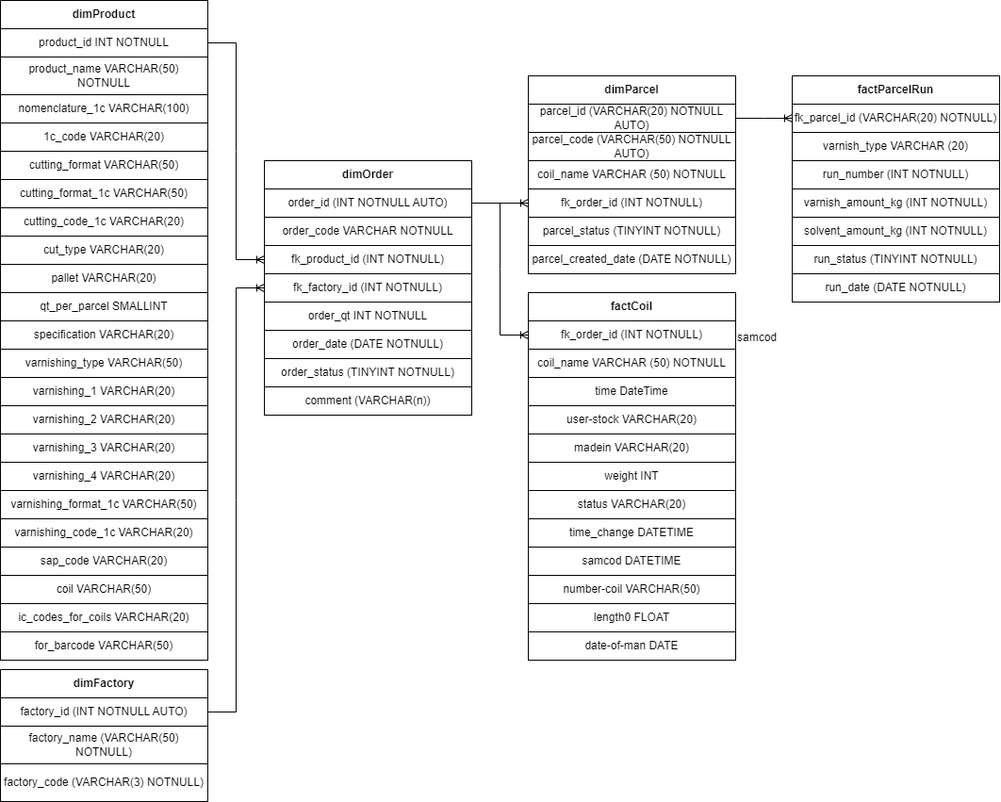
Demvok/Trivium keeps this draw.io diagram as DB/DB Model.drawio.png. Above is the earlier version. Source tidied: cells renumbered, new cells last; positions are measured from the earlier drawing's top-left corner, leaving out a move shared by most shapes.
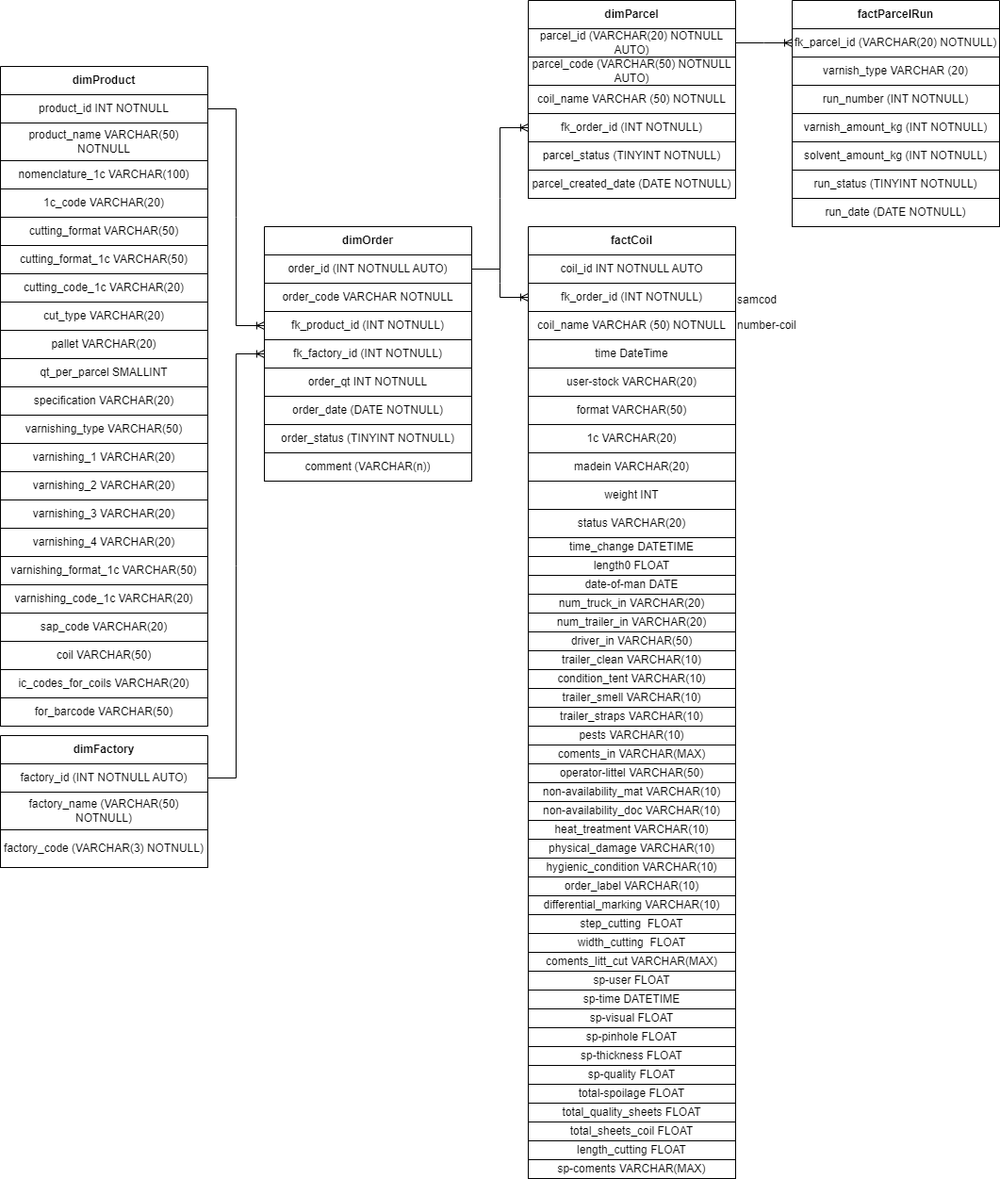
Later version of the same file.

Diff of the diagram source:
```diff
@@ -111,7 +111,7 @@
       <mxGeometry y="670" width="220" height="30" as="geometry" />
     </mxCell>
     <mxCell id="38" value="dimParcel" style="swimlane;whiteSpace=wrap;html=1;startSize=30;" parent="1" vertex="1">
-      <mxGeometry x="560" y="80" width="220" height="210" as="geometry" />
+      <mxGeometry x="560" y="-70" width="220" height="210" as="geometry" />
     </mxCell>
     <mxCell id="39" value="parcel_id (VARCHAR(20) NOTNULL AUTO)" style="rounded=0;whiteSpace=wrap;html=1;" parent="38" vertex="1">
       <mxGeometry y="30" width="220" height="30" as="geometry" />
@@ -138,7 +138,7 @@
       <mxGeometry relative="1" as="geometry" />
     </mxCell>
     <mxCell id="47" value="factParcelRun" style="swimlane;whiteSpace=wrap;html=1;startSize=30;" parent="1" vertex="1">
-      <mxGeometry x="840" y="80" width="220" height="240" as="geometry" />
+      <mxGeometry x="840" y="-70" width="220" height="240" as="geometry" />
     </mxCell>
     <mxCell id="48" value="fk_parcel_id (VARCHAR(20) NOTNULL)" style="rounded=0;whiteSpace=wrap;html=1;" parent="47" vertex="1">
       <mxGeometry y="30" width="220" height="30" as="geometry" />
@@ -168,49 +168,148 @@
       <mxGeometry relative="1" as="geometry" />
     </mxCell>
     <mxCell id="57" value="factCoil" style="swimlane;whiteSpace=wrap;html=1;startSize=30;" parent="1" vertex="1">
-      <mxGeometry x="560" y="310" width="220" height="390" as="geometry" />
+      <mxGeometry x="560" y="170" width="220" height="1010" as="geometry" />
     </mxCell>
     <mxCell id="58" value="coil_name VARCHAR (50) NOTNULL" style="rounded=0;whiteSpace=wrap;html=1;" parent="57" vertex="1">
-      <mxGeometry y="60" width="220" height="30" as="geometry" />
+      <mxGeometry y="90" width="220" height="30" as="geometry" />
     </mxCell>
     <mxCell id="59" value="fk_order_id (INT NOTNULL)" style="rounded=0;whiteSpace=wrap;html=1;" parent="57" vertex="1">
-      <mxGeometry y="30" width="220" height="30" as="geometry" />
+      <mxGeometry y="60" width="220" height="30" as="geometry" />
     </mxCell>
     <mxCell id="60" value="time DateTime" style="rounded=0;whiteSpace=wrap;html=1;" parent="57" vertex="1">
-      <mxGeometry y="90" width="220" height="30" as="geometry" />
+      <mxGeometry y="120" width="220" height="30" as="geometry" />
     </mxCell>
     <mxCell id="61" value="user-stock VARCHAR(20)" style="rounded=0;whiteSpace=wrap;html=1;" parent="57" vertex="1">
-      <mxGeometry y="120" width="220" height="30" as="geometry" />
+      <mxGeometry y="150" width="220" height="30" as="geometry" />
     </mxCell>
     <mxCell id="62" value="madein VARCHAR(20)" style="rounded=0;whiteSpace=wrap;html=1;" parent="57" vertex="1">
-      <mxGeometry y="150" width="220" height="30" as="geometry" />
+      <mxGeometry y="240" width="220" height="30" as="geometry" />
     </mxCell>
     <mxCell id="63" value="weight INT" style="rounded=0;whiteSpace=wrap;html=1;" parent="57" vertex="1">
-      <mxGeometry y="180" width="220" height="30" as="geometry" />
+      <mxGeometry y="270" width="220" height="30" as="geometry" />
     </mxCell>
     <mxCell id="64" value="status VARCHAR(20)" style="rounded=0;whiteSpace=wrap;html=1;" parent="57" vertex="1">
-      <mxGeometry y="210" width="220" height="30" as="geometry" />
+      <mxGeometry y="300" width="220" height="30" as="geometry" />
     </mxCell>
     <mxCell id="65" value="time_change DATETIME" style="rounded=0;whiteSpace=wrap;html=1;" parent="57" vertex="1">
-      <mxGeometry y="240" width="220" height="30" as="geometry" />
+      <mxGeometry y="330" width="220" height="20" as="geometry" />
     </mxCell>
-    <mxCell id="66" value="samcod DATETIME" style="rounded=0;whiteSpace=wrap;html=1;" parent="57" vertex="1">
-      <mxGeometry y="270" width="220" height="30" as="geometry" />
-    </mxCell>
-    <mxCell id="67" value="number-coil VARCHAR(50)" style="rounded=0;whiteSpace=wrap;html=1;" parent="57" vertex="1">
-      <mxGeometry y="300" width="220" height="30" as="geometry" />
-    </mxCell>
     <mxCell id="68" value="length0 FLOAT" style="rounded=0;whiteSpace=wrap;html=1;" parent="57" vertex="1">
-      <mxGeometry y="330" width="220" height="30" as="geometry" />
+      <mxGeometry y="350" width="220" height="20" as="geometry" />
     </mxCell>
     <mxCell id="69" value="date-of-man DATE" style="rounded=0;whiteSpace=wrap;html=1;" parent="57" vertex="1">
-      <mxGeometry y="360" width="220" height="30" as="geometry" />
+      <mxGeometry y="370" width="220" height="20" as="geometry" />
     </mxCell>
+    <mxCell id="72" value="coil_id INT NOTNULL AUTO" style="rounded=0;whiteSpace=wrap;html=1;" parent="57" vertex="1">
+      <mxGeometry y="30" width="220" height="30" as="geometry" />
+    </mxCell>
+    <mxCell id="73" value="format VARCHAR(50)" style="rounded=0;whiteSpace=wrap;html=1;" parent="57" vertex="1">
+      <mxGeometry y="180" width="220" height="30" as="geometry" />
+    </mxCell>
+    <mxCell id="74" value="1c VARCHAR(20)" style="rounded=0;whiteSpace=wrap;html=1;" parent="57" vertex="1">
+      <mxGeometry y="210" width="220" height="30" as="geometry" />
+    </mxCell>
+    <mxCell id="75" value="num_truck_in VARCHAR(20)" style="rounded=0;whiteSpace=wrap;html=1;" parent="57" vertex="1">
+      <mxGeometry y="390" width="220" height="20" as="geometry" />
+    </mxCell>
+    <mxCell id="76" value="num_trailer_in VARCHAR(20)" style="rounded=0;whiteSpace=wrap;html=1;" parent="57" vertex="1">
+      <mxGeometry y="410" width="220" height="20" as="geometry" />
+    </mxCell>
+    <mxCell id="77" value="driver_in VARCHAR(50)" style="rounded=0;whiteSpace=wrap;html=1;" parent="57" vertex="1">
+      <mxGeometry y="430" width="220" height="20" as="geometry" />
+    </mxCell>
+    <mxCell id="78" value="trailer_clean VARCHAR(10)" style="rounded=0;whiteSpace=wrap;html=1;" parent="57" vertex="1">
+      <mxGeometry y="450" width="220" height="20" as="geometry" />
+    </mxCell>
+    <mxCell id="79" value="condition_tent VARCHAR(10)" style="rounded=0;whiteSpace=wrap;html=1;" parent="57" vertex="1">
+      <mxGeometry y="470" width="220" height="20" as="geometry" />
+    </mxCell>
+    <mxCell id="80" value="trailer_smell VARCHAR(10)" style="rounded=0;whiteSpace=wrap;html=1;" parent="57" vertex="1">
+      <mxGeometry y="490" width="220" height="20" as="geometry" />
+    </mxCell>
+    <mxCell id="81" value="&lt;span style=&quot;text-align: left;&quot;&gt;trailer_straps&amp;nbsp;&lt;/span&gt;VARCHAR(10)" style="rounded=0;whiteSpace=wrap;html=1;" parent="57" vertex="1">
+      <mxGeometry y="510" width="220" height="20" as="geometry" />
+    </mxCell>
+    <mxCell id="82" value="&lt;span style=&quot;text-align: left;&quot;&gt;pests&amp;nbsp;&lt;/span&gt;VARCHAR(10)" style="rounded=0;whiteSpace=wrap;html=1;" parent="57" vertex="1">
+      <mxGeometry y="530" width="220" height="20" as="geometry" />
+    </mxCell>
+    <mxCell id="83" value="&lt;span style=&quot;text-align: left;&quot;&gt;coments_in&amp;nbsp;&lt;/span&gt;VARCHAR(MAX)" style="rounded=0;whiteSpace=wrap;html=1;" parent="57" vertex="1">
+      <mxGeometry y="550" width="220" height="20" as="geometry" />
+    </mxCell>
+    <mxCell id="84" value="&lt;span style=&quot;text-align: left;&quot;&gt;operator-littel&amp;nbsp;&lt;/span&gt;VARCHAR(50)" style="rounded=0;whiteSpace=wrap;html=1;" parent="57" vertex="1">
+      <mxGeometry y="570" width="220" height="20" as="geometry" />
+    </mxCell>
+    <mxCell id="85" value="&lt;span style=&quot;text-align: left;&quot;&gt;non-availability_mat&amp;nbsp;&lt;/span&gt;VARCHAR(10)" style="rounded=0;whiteSpace=wrap;html=1;" parent="57" vertex="1">
+      <mxGeometry y="590" width="220" height="20" as="geometry" />
+    </mxCell>
+    <mxCell id="86" value="&lt;span style=&quot;text-align: left;&quot;&gt;non-availability_doc&amp;nbsp;&lt;/span&gt;VARCHAR(10)" style="rounded=0;whiteSpace=wrap;html=1;" parent="57" vertex="1">
+      <mxGeometry y="610" width="220" height="20" as="geometry" />
+    </mxCell>
+    <mxCell id="87" value="&lt;span style=&quot;text-align: left;&quot;&gt;heat_treatment&lt;/span&gt;&lt;span style=&quot;text-align: left;&quot;&gt;&amp;nbsp;&lt;/span&gt;VARCHAR(10)" style="rounded=0;whiteSpace=wrap;html=1;" parent="57" vertex="1">
+      <mxGeometry y="630" width="220" height="20" as="geometry" />
+    </mxCell>
+    <mxCell id="88" value="&lt;span style=&quot;text-align: left;&quot;&gt;physical_damage&amp;nbsp;&lt;/span&gt;VARCHAR(10)" style="rounded=0;whiteSpace=wrap;html=1;" parent="57" vertex="1">
+      <mxGeometry y="650" width="220" height="20" as="geometry" />
+    </mxCell>
+    <mxCell id="89" value="&lt;span style=&quot;text-align: left;&quot;&gt;hygienic_condition&amp;nbsp;&lt;/span&gt;VARCHAR(10)" style="rounded=0;whiteSpace=wrap;html=1;" parent="57" vertex="1">
+      <mxGeometry y="670" width="220" height="20" as="geometry" />
+    </mxCell>
+    <mxCell id="90" value="&lt;span style=&quot;text-align: left;&quot;&gt;order_label&amp;nbsp;&lt;/span&gt;VARCHAR(10)" style="rounded=0;whiteSpace=wrap;html=1;" parent="57" vertex="1">
+      <mxGeometry y="690" width="220" height="20" as="geometry" />
+    </mxCell>
+    <mxCell id="91" value="&lt;span style=&quot;text-align: left;&quot;&gt;differential_marking&amp;nbsp;&lt;/span&gt;VARCHAR(10)" style="rounded=0;whiteSpace=wrap;html=1;" parent="57" vertex="1">
+      <mxGeometry y="710" width="220" height="20" as="geometry" />
+    </mxCell>
+    <mxCell id="92" value="&lt;span style=&quot;text-align: left;&quot;&gt;step_cutting&amp;nbsp; FLOAT&lt;/span&gt;" style="rounded=0;whiteSpace=wrap;html=1;" parent="57" vertex="1">
+      <mxGeometry y="730" width="220" height="20" as="geometry" />
+    </mxCell>
+    <mxCell id="93" value="&lt;span style=&quot;text-align: left;&quot;&gt;width_cutting&amp;nbsp; FLOAT&lt;/span&gt;" style="rounded=0;whiteSpace=wrap;html=1;" parent="57" vertex="1">
+      <mxGeometry y="750" width="220" height="20" as="geometry" />
+    </mxCell>
+    <mxCell id="94" value="&lt;span style=&quot;text-align: left;&quot;&gt;coments_litt_cut&amp;nbsp;&lt;/span&gt;VARCHAR(MAX)" style="rounded=0;whiteSpace=wrap;html=1;" parent="57" vertex="1">
+      <mxGeometry y="770" width="220" height="20" as="geometry" />
+    </mxCell>
+    <mxCell id="95" value="&lt;div style=&quot;text-align: left;&quot;&gt;&lt;span style=&quot;background-color: initial;&quot;&gt;sp-user FLOAT&lt;/span&gt;&lt;/div&gt;" style="rounded=0;whiteSpace=wrap;html=1;" parent="57" vertex="1">
+      <mxGeometry y="790" width="220" height="20" as="geometry" />
+    </mxCell>
+    <mxCell id="96" value="&lt;div style=&quot;text-align: left;&quot;&gt;&lt;span style=&quot;background-color: initial;&quot;&gt;sp-time DATETIME&lt;/span&gt;&lt;/div&gt;" style="rounded=0;whiteSpace=wrap;html=1;" parent="57" vertex="1">
+      <mxGeometry y="810" width="220" height="20" as="geometry" />
+    </mxCell>
+    <mxCell id="97" value="&lt;div style=&quot;text-align: left;&quot;&gt;&lt;span style=&quot;background-color: initial;&quot;&gt;sp-visual FLOAT&lt;/span&gt;&lt;/div&gt;" style="rounded=0;whiteSpace=wrap;html=1;" parent="57" vertex="1">
+      <mxGeometry y="830" width="220" height="20" as="geometry" />
+    </mxCell>
+    <mxCell id="98" value="&lt;div style=&quot;text-align: left;&quot;&gt;&lt;span style=&quot;background-color: initial;&quot;&gt;sp-pinhole FLOAT&lt;/span&gt;&lt;/div&gt;" style="rounded=0;whiteSpace=wrap;html=1;" parent="57" vertex="1">
+      <mxGeometry y="850" width="220" height="20" as="geometry" />
+    </mxCell>
+    <mxCell id="99" value="&lt;div style=&quot;text-align: left;&quot;&gt;&lt;span style=&quot;background-color: initial;&quot;&gt;sp-thickness FLOAT&lt;/span&gt;&lt;/div&gt;" style="rounded=0;whiteSpace=wrap;html=1;" parent="57" vertex="1">
+      <mxGeometry y="870" width="220" height="20" as="geometry" />
+    </mxCell>
+    <mxCell id="100" value="&lt;div style=&quot;text-align: left;&quot;&gt;&lt;span style=&quot;background-color: initial;&quot;&gt;sp-quality FLOAT&lt;/span&gt;&lt;/div&gt;" style="rounded=0;whiteSpace=wrap;html=1;" parent="57" vertex="1">
+      <mxGeometry y="890" width="220" height="20" as="geometry" />
+    </mxCell>
+    <mxCell id="101" value="&lt;div style=&quot;text-align: left;&quot;&gt;&lt;span style=&quot;background-color: initial;&quot;&gt;total-spoilage FLOAT&lt;/span&gt;&lt;/div&gt;" style="rounded=0;whiteSpace=wrap;html=1;" parent="57" vertex="1">
+      <mxGeometry y="910" width="220" height="20" as="geometry" />
+    </mxCell>
+    <mxCell id="102" value="&lt;div style=&quot;text-align: left;&quot;&gt;&lt;span style=&quot;background-color: initial;&quot;&gt;total_quality_sheets FLOAT&lt;/span&gt;&lt;/div&gt;" style="rounded=0;whiteSpace=wrap;html=1;" parent="57" vertex="1">
+      <mxGeometry y="930" width="220" height="20" as="geometry" />
+    </mxCell>
+    <mxCell id="103" value="&lt;div style=&quot;text-align: left;&quot;&gt;&lt;span style=&quot;background-color: initial;&quot;&gt;total_sheets_coil&lt;/span&gt;&lt;span style=&quot;background-color: initial;&quot;&gt;&amp;nbsp;&lt;/span&gt;&lt;span style=&quot;background-color: initial;&quot;&gt;FLOAT&lt;/span&gt;&lt;/div&gt;" style="rounded=0;whiteSpace=wrap;html=1;" parent="57" vertex="1">
+      <mxGeometry y="950" width="220" height="20" as="geometry" />
+    </mxCell>
+    <mxCell id="104" value="&lt;div style=&quot;text-align: left;&quot;&gt;&lt;span style=&quot;background-color: initial;&quot;&gt;length_cutting&lt;/span&gt;&lt;span style=&quot;background-color: initial;&quot;&gt;&amp;nbsp;&lt;/span&gt;&lt;span style=&quot;background-color: initial;&quot;&gt;FLOAT&lt;/span&gt;&lt;/div&gt;" style="rounded=0;whiteSpace=wrap;html=1;" parent="57" vertex="1">
+      <mxGeometry y="970" width="220" height="20" as="geometry" />
+    </mxCell>
+    <mxCell id="105" value="&lt;span style=&quot;text-align: left;&quot;&gt;sp-coments&amp;nbsp;&lt;/span&gt;VARCHAR(MAX)" style="rounded=0;whiteSpace=wrap;html=1;" parent="57" vertex="1">
+      <mxGeometry y="990" width="220" height="20" as="geometry" />
+    </mxCell>
     <mxCell id="70" style="edgeStyle=entityRelationEdgeStyle;fontSize=12;html=1;endArrow=ERoneToMany;rounded=0;entryX=0;entryY=0.5;entryDx=0;entryDy=0;exitX=1;exitY=0.5;exitDx=0;exitDy=0;" parent="1" edge="1" source="3" target="59">
       <mxGeometry relative="1" as="geometry" />
     </mxCell>
     <mxCell id="71" value="samcod" style="text;html=1;align=left;verticalAlign=middle;whiteSpace=wrap;rounded=0;" parent="1" vertex="1">
-      <mxGeometry x="780" y="350" width="60" height="15" as="geometry" />
+      <mxGeometry x="780" y="240" width="60" height="15" as="geometry" />
     </mxCell>
+    <mxCell id="106" value="number-coil" style="text;whiteSpace=wrap;html=1;align=left;verticalAlign=middle;" parent="1" vertex="1">
+      <mxGeometry x="780" y="260" width="100" height="30" as="geometry" />
+    </mxCell>
   </root>
 </mxGraphModel>
```
